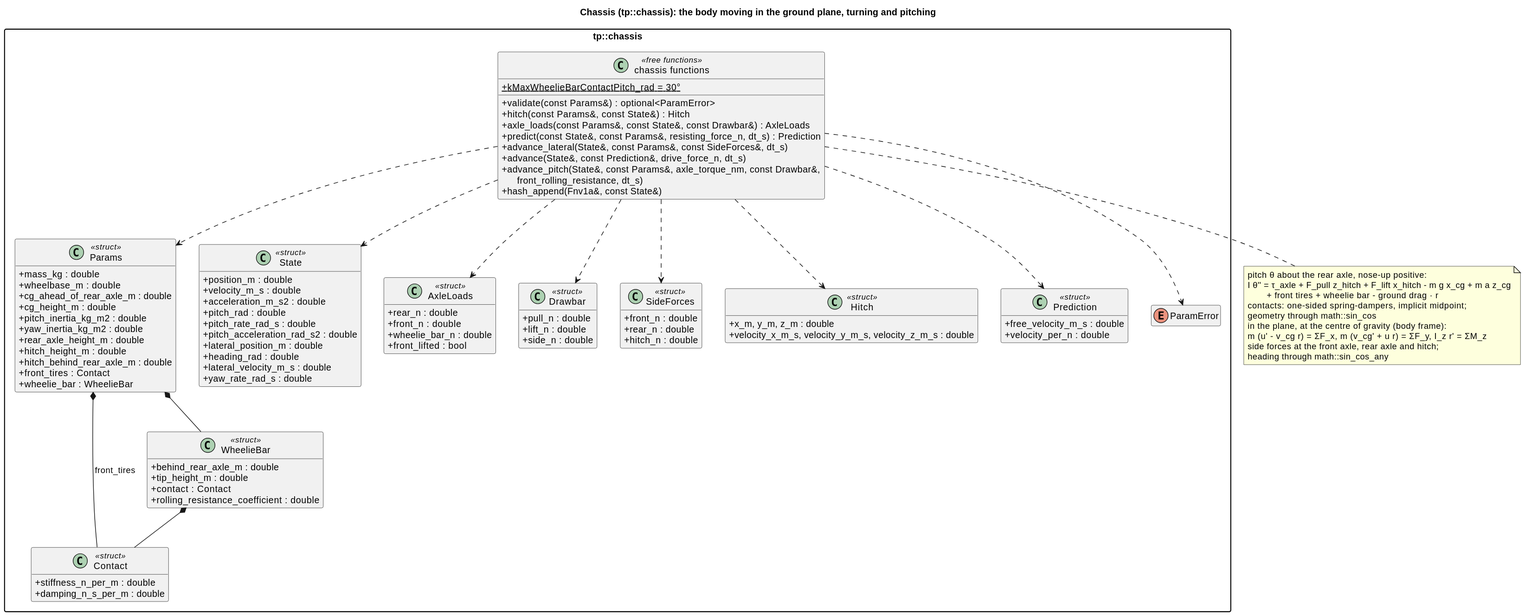
Earlier version of the PlantUML export docs/diagrams/svg/chassis_classes.svg (wversteeg/TractorPulling).
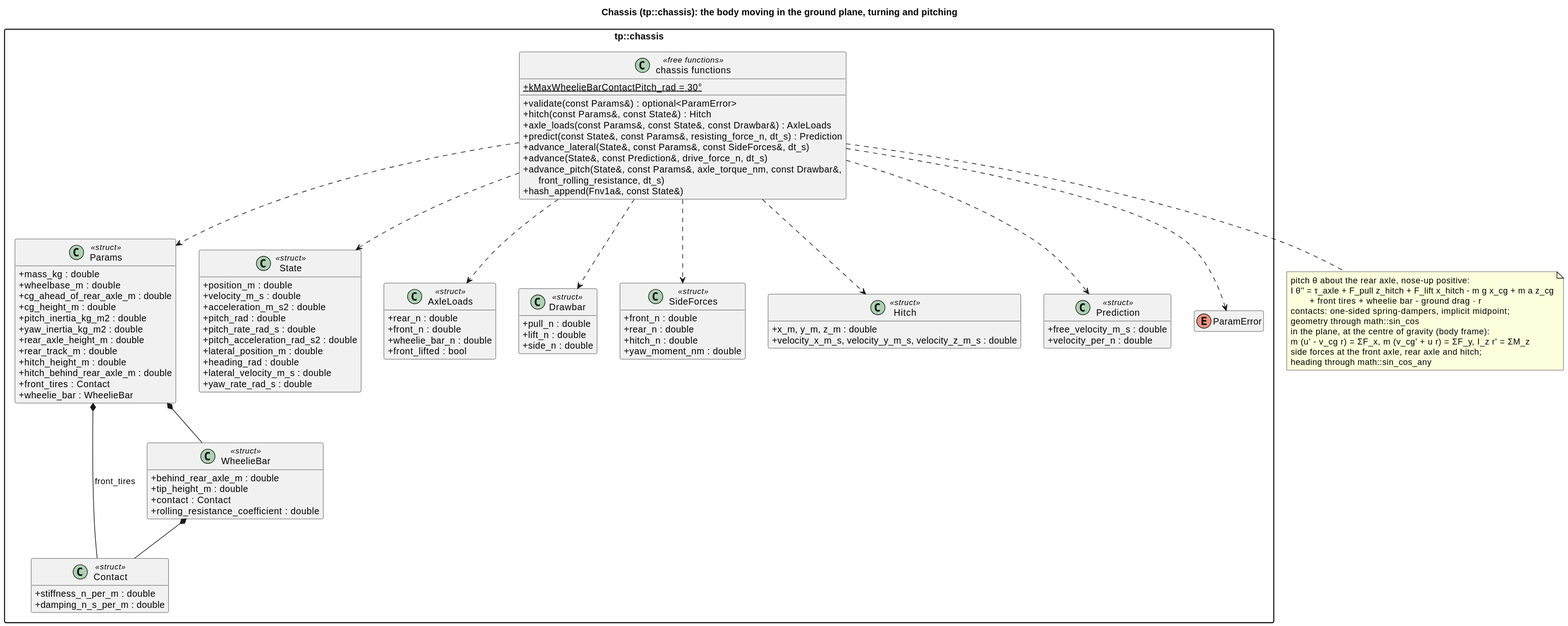
After the change.

Diff of the diagram source:
```diff
@@ -13,6 +13,7 @@
     +pitch_inertia_kg_m2 : double
     +yaw_inertia_kg_m2 : double
     +rear_axle_height_m : double
+    +rear_track_m : double
     +hitch_height_m : double
     +hitch_behind_rear_axle_m : double
     +front_tires : Contact
@@ -55,6 +56,7 @@
     +front_n : double
     +rear_n : double
     +hitch_n : double
+    +yaw_moment_nm : double
   }
   class Hitch <<struct>> {
     +x_m, y_m, z_m : double
```
